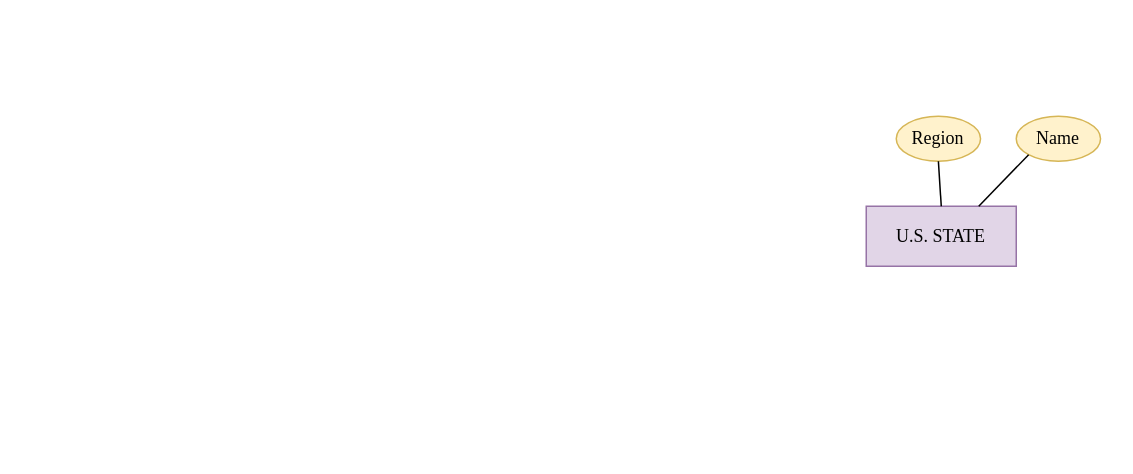
The draw.io diagram US_HouseofReps_ER.drawio in cameron-ellis/US-HouseofReps-ER, before the edit. Source tidied: cells renumbered, new cells numbered last; positions are measured from the earlier drawing's top-left corner, leaving out a move shared by most shapes. Both pictures are drawn from the tidied source at 150%, with x=0, y=0 at pixel (866, 116).
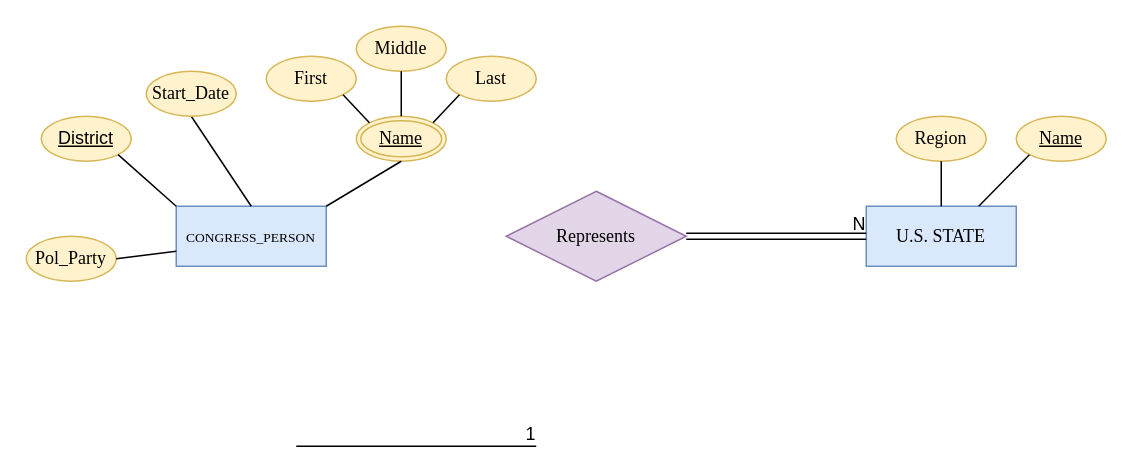
The same diagram, later.

Commit message:
added CONGRESS_PERSON entity and attributes

Change to the diagram source:
```diff
@@
-    <mxCell id="2" value="&lt;font face=&quot;Times New Roman&quot;&gt;U.S. STATE&lt;/font&gt;" style="whiteSpace=wrap;html=1;align=center;fillColor=#e1d5e7;strokeColor=#9673a6;" parent="1" vertex="1">
+    <mxCell id="2" value="&lt;font face=&quot;Times New Roman&quot;&gt;U.S. STATE&lt;/font&gt;" style="whiteSpace=wrap;html=1;align=center;fillColor=#dae8fc;strokeColor=#6c8ebf;" parent="1" vertex="1">
       <mxGeometry y="60" width="100" height="40" as="geometry" />
     </mxCell>
-    <mxCell id="3" value="&lt;font face=&quot;Times New Roman&quot;&gt;Name&lt;/font&gt;" style="ellipse;whiteSpace=wrap;html=1;align=center;fillColor=#fff2cc;strokeColor=#d6b656;" parent="1" vertex="1">
-      <mxGeometry x="100" width="56.2" height="30" as="geometry" />
+    <mxCell id="3" value="&lt;font face=&quot;Times New Roman&quot;&gt;Name&lt;/font&gt;" style="ellipse;whiteSpace=wrap;html=1;align=center;fillColor=#fff2cc;strokeColor=#d6b656;fontStyle=4;" parent="1" vertex="1">
+      <mxGeometry x="100" width="60" height="30" as="geometry" />
     </mxCell>
@@
     <mxCell id="5" value="&lt;font face=&quot;Times New Roman&quot;&gt;Region&lt;/font&gt;" style="ellipse;whiteSpace=wrap;html=1;align=center;fillColor=#fff2cc;strokeColor=#d6b656;" parent="1" vertex="1">
-      <mxGeometry x="20" width="56.2" height="30" as="geometry" />
+      <mxGeometry x="20" width="60" height="30" as="geometry" />
     </mxCell>
@@
+    <mxCell id="7" value="&lt;font face=&quot;Times New Roman&quot; style=&quot;font-size: 9px&quot;&gt;CONGRESS_PERSON&lt;/font&gt;" style="whiteSpace=wrap;html=1;align=center;fillColor=#dae8fc;strokeColor=#6c8ebf;" parent="1" vertex="1">
+      <mxGeometry x="-460" y="60" width="100" height="40" as="geometry" />
+    </mxCell>
+    <mxCell id="8" value="&lt;u&gt;&lt;font face=&quot;Times New Roman&quot;&gt;Name&lt;/font&gt;&lt;/u&gt;" style="ellipse;shape=doubleEllipse;margin=3;whiteSpace=wrap;html=1;align=center;fillColor=#fff2cc;strokeColor=#d6b656;" parent="1" vertex="1">
+      <mxGeometry x="-340" width="60" height="30" as="geometry" />
+    </mxCell>
+    <mxCell id="9" style="endArrow=none;html=1;rounded=0;exitX=0.5;exitY=1;exitDx=0;exitDy=0;entryX=1;entryY=0;entryDx=0;entryDy=0;" parent="1" edge="1" source="8" target="7">
+      <mxGeometry relative="1" as="geometry" />
+    </mxCell>
+    <mxCell id="10" value="&lt;font face=&quot;Times New Roman&quot;&gt;First&lt;/font&gt;" style="ellipse;whiteSpace=wrap;html=1;strokeColor=#d6b656;fillColor=#fff2cc;" parent="1" vertex="1">
+      <mxGeometry x="-400" y="-40" width="60" height="30" as="geometry" />
+    </mxCell>
+    <mxCell id="11" value="&lt;font face=&quot;Times New Roman&quot;&gt;Middle&lt;/font&gt;" style="ellipse;whiteSpace=wrap;html=1;strokeColor=#d6b656;fillColor=#fff2cc;" parent="1" vertex="1">
+      <mxGeometry x="-340" y="-60" width="60" height="30" as="geometry" />
+    </mxCell>
+    <mxCell id="12" value="&lt;font face=&quot;Times New Roman&quot;&gt;Last&lt;/font&gt;" style="ellipse;whiteSpace=wrap;html=1;strokeColor=#d6b656;fillColor=#fff2cc;" parent="1" vertex="1">
+      <mxGeometry x="-280" y="-40" width="60" height="30" as="geometry" />
+    </mxCell>
+    <mxCell id="13" style="endArrow=none;html=1;rounded=0;entryX=0.5;entryY=1;entryDx=0;entryDy=0;exitX=0.5;exitY=0;exitDx=0;exitDy=0;" parent="1" edge="1" source="8" target="11">
+      <mxGeometry relative="1" as="geometry" />
+    </mxCell>
+    <mxCell id="14" style="endArrow=none;html=1;rounded=0;entryX=0;entryY=1;entryDx=0;entryDy=0;exitX=1;exitY=0;exitDx=0;exitDy=0;" parent="1" edge="1" source="8" target="12">
+      <mxGeometry relative="1" as="geometry" />
+    </mxCell>
+    <mxCell id="15" style="endArrow=none;html=1;rounded=0;entryX=1;entryY=1;entryDx=0;entryDy=0;exitX=0;exitY=0;exitDx=0;exitDy=0;" parent="1" edge="1" source="8" target="10">
+      <mxGeometry relative="1" as="geometry" />
+    </mxCell>
+    <mxCell id="16" value="District" style="ellipse;whiteSpace=wrap;html=1;align=center;fontStyle=4;fillColor=#fff2cc;strokeColor=#d6b656;" parent="1" vertex="1">
+      <mxGeometry x="-550" width="60" height="30" as="geometry" />
+    </mxCell>
+    <mxCell id="17" style="endArrow=none;html=1;rounded=0;entryX=1;entryY=1;entryDx=0;entryDy=0;exitX=0;exitY=0;exitDx=0;exitDy=0;" parent="1" edge="1" source="7" target="16">
+      <mxGeometry relative="1" as="geometry" />
+    </mxCell>
+    <mxCell id="18" style="endArrow=none;html=1;rounded=0;entryX=0.5;entryY=0;entryDx=0;entryDy=0;exitX=0.5;exitY=1;exitDx=0;exitDy=0;" parent="1" edge="1" source="19" target="7">
+      <mxGeometry relative="1" as="geometry" />
+    </mxCell>
+    <mxCell id="19" value="Start_Date" style="ellipse;whiteSpace=wrap;html=1;align=center;fillColor=#fff2cc;strokeColor=#d6b656;fontFamily=Times New Roman;" parent="1" vertex="1">
+      <mxGeometry x="-480" y="-30" width="60" height="30" as="geometry" />
+    </mxCell>
+    <mxCell id="20" value="Pol_Party" style="ellipse;whiteSpace=wrap;html=1;align=center;fontFamily=Times New Roman;fillColor=#fff2cc;strokeColor=#d6b656;" parent="1" vertex="1">
+      <mxGeometry x="-560" y="80" width="60" height="30" as="geometry" />
+    </mxCell>
+    <mxCell id="21" style="endArrow=none;html=1;rounded=0;fontFamily=Times New Roman;entryX=0;entryY=0.75;entryDx=0;entryDy=0;exitX=1;exitY=0.5;exitDx=0;exitDy=0;" parent="1" edge="1" source="20" target="7">
+      <mxGeometry relative="1" as="geometry" />
+    </mxCell>
+    <mxCell id="22" value="Represents" style="shape=rhombus;perimeter=rhombusPerimeter;whiteSpace=wrap;html=1;align=center;fontFamily=Times New Roman;fillColor=#e1d5e7;strokeColor=#9673a6;" parent="1" vertex="1">
+      <mxGeometry x="-240" y="50" width="120" height="60" as="geometry" />
+    </mxCell>
+    <mxCell id="23" style="shape=link;html=1;rounded=0;fontFamily=Times New Roman;entryX=0;entryY=0.5;entryDx=0;entryDy=0;exitX=1;exitY=0.5;exitDx=0;exitDy=0;" parent="1" edge="1" source="22" target="2">
+      <mxGeometry relative="1" as="geometry" />
+    </mxCell>
+    <mxCell id="24" value="N" style="html=1;align=right;verticalAlign=bottom;" parent="23" vertex="1">
+      <mxGeometry x="1" relative="1" as="geometry" />
+    </mxCell>
+    <mxCell id="25" style="endArrow=none;html=1;rounded=0;fontFamily=Times New Roman;" parent="1" edge="1">
+      <mxGeometry relative="1" as="geometry">
+        <mxPoint x="-380" y="220" as="sourcePoint" />
+        <mxPoint x="-220" y="220" as="targetPoint" />
+      </mxGeometry>
+    </mxCell>
+    <mxCell id="26" value="1" style="html=1;align=right;verticalAlign=bottom;" parent="25" vertex="1">
+      <mxGeometry x="1" relative="1" as="geometry" />
+    </mxCell>
```
